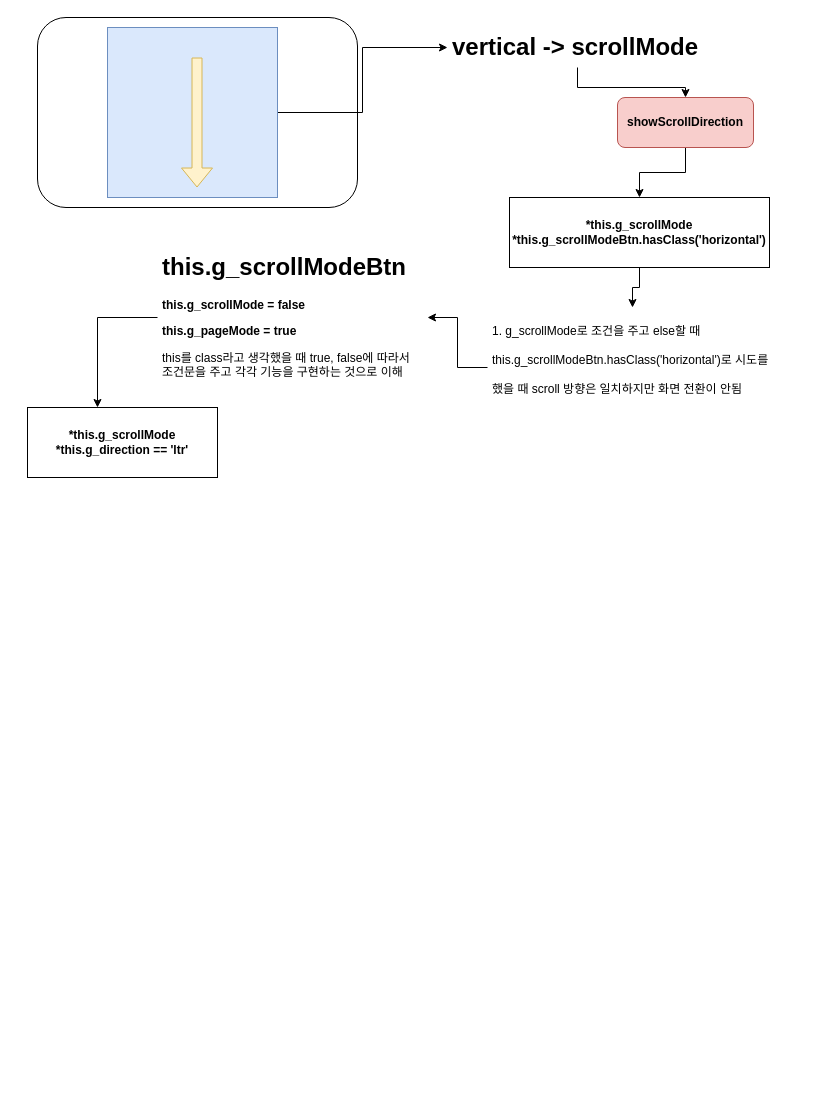
Above: Untitled Diagram.drawio in junhee916/basic_Modify (draw.io), before the change. Source tidied: cells renumbered, new cells numbered last; positions are measured from the earlier drawing's top-left corner, leaving out a move shared by most shapes. Both pictures are drawn from the tidied source at 100%, with x=0, y=0 at pixel (27, 17).
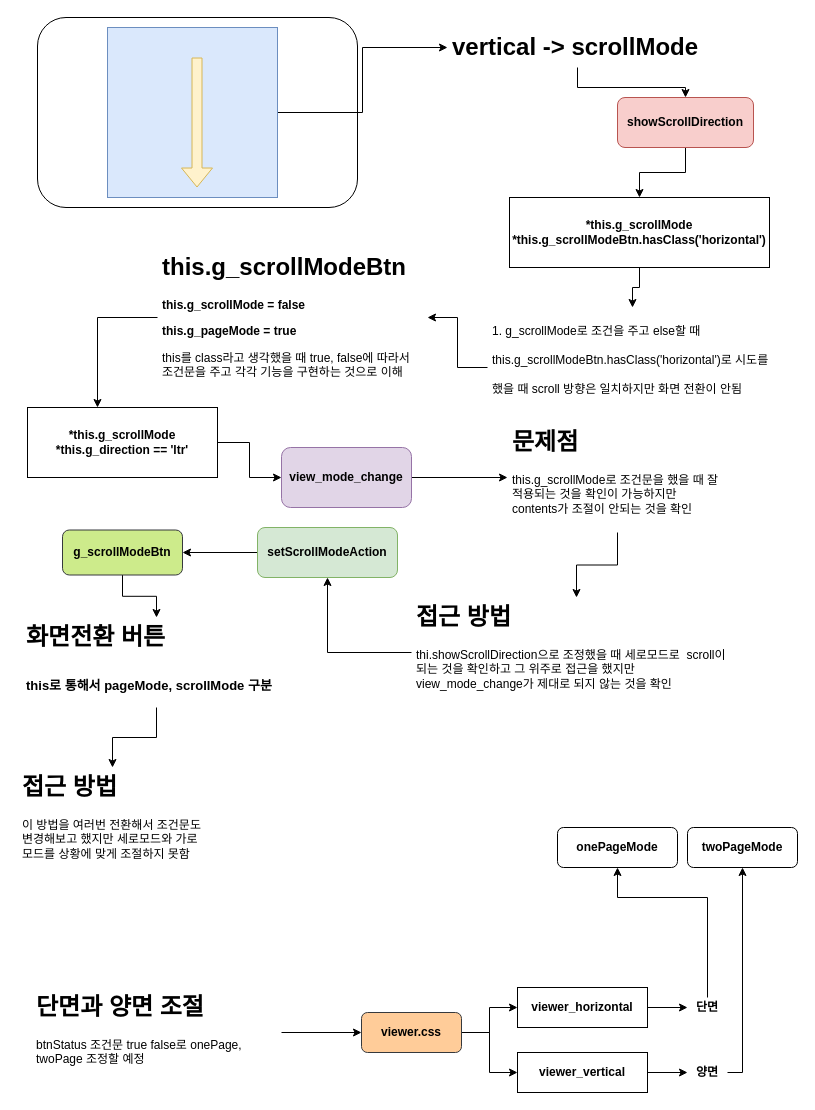
The same page after the edit.

The change refers to these unchanged cells:
```xml
<mxCell id="17" value="&lt;b&gt;*this.g_scrollMode&lt;br&gt;*this.g_direction == 'ltr'&lt;/b&gt;" style="rounded=0;whiteSpace=wrap;html=1;" parent="1" vertex="1">
  <mxGeometry y="390" width="190" height="70" as="geometry" />
</mxCell>
```

What changed in the source:
```diff
@@
+    <mxCell id="18" style="edgeStyle=orthogonalEdgeStyle;rounded=0;jettySize=auto;html=1;entryX=0;entryY=0.5;entryDx=0;entryDy=0;" parent="1" edge="1" source="17" target="20">
+      <mxGeometry relative="1" as="geometry" />
+    </mxCell>
@@
+    <mxCell id="19" style="edgeStyle=orthogonalEdgeStyle;rounded=0;jettySize=auto;html=1;entryX=0;entryY=0.5;entryDx=0;entryDy=0;" parent="1" edge="1" source="20" target="22">
+      <mxGeometry relative="1" as="geometry" />
+    </mxCell>
+    <mxCell id="20" value="&lt;b&gt;view_mode_change&lt;/b&gt;" style="rounded=1;whiteSpace=wrap;html=1;fillColor=#e1d5e7;strokeColor=#9673a6;" parent="1" vertex="1">
+      <mxGeometry x="254" y="430" width="130" height="60" as="geometry" />
+    </mxCell>
+    <mxCell id="21" style="edgeStyle=orthogonalEdgeStyle;rounded=0;jettySize=auto;html=1;entryX=0.5;entryY=0;entryDx=0;entryDy=0;" parent="1" edge="1" source="22" target="24">
+      <mxGeometry relative="1" as="geometry" />
+    </mxCell>
+    <mxCell id="22" value="&lt;h1&gt;문제점&lt;/h1&gt;&lt;p&gt;this.g_scrollMode로 조건문을 했을 때 잘적용되는 것을 확인이 가능하지만 contents가 조절이 안되는 것을 확인&amp;nbsp;&lt;/p&gt;" style="text;html=1;strokeColor=none;fillColor=none;spacing=5;spacingTop=-20;whiteSpace=wrap;overflow=hidden;rounded=0;" parent="1" vertex="1">
+      <mxGeometry x="480" y="405" width="220" height="110" as="geometry" />
+    </mxCell>
+    <mxCell id="23" style="edgeStyle=orthogonalEdgeStyle;rounded=0;jettySize=auto;html=1;" parent="1" edge="1" source="24" target="26">
+      <mxGeometry relative="1" as="geometry" />
+    </mxCell>
+    <mxCell id="24" value="&lt;h1&gt;접근 방법&lt;/h1&gt;&lt;p&gt;thi.showScrollDirection으로 조정했을 때 세로모드로&amp;nbsp; scroll이 되는 것을 확인하고 그 위주로 접근을 했지만 view_mode_change가 제대로 되지 않는 것을 확인&lt;/p&gt;" style="text;html=1;strokeColor=none;fillColor=none;spacing=5;spacingTop=-20;whiteSpace=wrap;overflow=hidden;rounded=0;" parent="1" vertex="1">
+      <mxGeometry x="384" y="580" width="330" height="110" as="geometry" />
+    </mxCell>
+    <mxCell id="25" style="edgeStyle=orthogonalEdgeStyle;rounded=0;jettySize=auto;html=1;" parent="1" edge="1" source="26" target="30">
+      <mxGeometry relative="1" as="geometry" />
+    </mxCell>
+    <mxCell id="26" value="&lt;b&gt;setScrollModeAction&lt;/b&gt;" style="rounded=1;whiteSpace=wrap;html=1;fillColor=#d5e8d4;strokeColor=#82b366;" parent="1" vertex="1">
+      <mxGeometry x="230" y="510" width="140" height="50" as="geometry" />
+    </mxCell>
+    <mxCell id="27" style="edgeStyle=orthogonalEdgeStyle;rounded=0;jettySize=auto;html=1;" parent="1" edge="1" source="28" target="36">
+      <mxGeometry relative="1" as="geometry" />
+    </mxCell>
+    <mxCell id="28" value="&lt;h1&gt;단면과 양면 조절&amp;nbsp;&lt;/h1&gt;&lt;p&gt;btnStatus 조건문 true false로 onePage, twoPage 조정할 예정&amp;nbsp;&lt;/p&gt;" style="text;html=1;strokeColor=none;fillColor=none;spacing=5;spacingTop=-20;whiteSpace=wrap;overflow=hidden;rounded=0;" parent="1" vertex="1">
+      <mxGeometry x="4" y="970" width="250" height="90" as="geometry" />
+    </mxCell>
+    <mxCell id="29" style="edgeStyle=orthogonalEdgeStyle;rounded=0;jettySize=auto;html=1;entryX=0.5;entryY=0;entryDx=0;entryDy=0;" parent="1" edge="1" source="30" target="32">
+      <mxGeometry relative="1" as="geometry" />
+    </mxCell>
+    <mxCell id="30" value="&lt;b&gt;g_scrollModeBtn&lt;/b&gt;" style="rounded=1;whiteSpace=wrap;html=1;fillColor=#cdeb8b;strokeColor=#36393d;" parent="1" vertex="1">
+      <mxGeometry x="35" y="512.5" width="120" height="45" as="geometry" />
+    </mxCell>
+    <mxCell id="31" style="edgeStyle=orthogonalEdgeStyle;rounded=0;jettySize=auto;html=1;entryX=0.5;entryY=0;entryDx=0;entryDy=0;" parent="1" edge="1" source="32" target="33">
+      <mxGeometry relative="1" as="geometry" />
+    </mxCell>
+    <mxCell id="32" value="&lt;h1&gt;&lt;span&gt;화면전환 버튼&amp;nbsp;&lt;/span&gt;&lt;/h1&gt;&lt;h1&gt;&lt;span style=&quot;font-size: 13px&quot;&gt;this로 통해서 pageMode, scrollMode 구분&lt;/span&gt;&lt;/h1&gt;" style="text;html=1;strokeColor=none;fillColor=none;spacing=5;spacingTop=-20;whiteSpace=wrap;overflow=hidden;rounded=0;" parent="1" vertex="1">
+      <mxGeometry x="-6" y="600" width="270" height="90" as="geometry" />
+    </mxCell>
+    <mxCell id="33" value="&lt;h1&gt;접근 방법&lt;/h1&gt;&lt;p&gt;이 방법을 여러번 전환해서 조건문도 변경해보고 했지만 세로모드와 가로모드를 상황에 맞게 조절하지 못함&amp;nbsp;&lt;/p&gt;" style="text;html=1;strokeColor=none;fillColor=none;spacing=5;spacingTop=-20;whiteSpace=wrap;overflow=hidden;rounded=0;" parent="1" vertex="1">
+      <mxGeometry x="-10" y="750" width="190" height="120" as="geometry" />
+    </mxCell>
+    <mxCell id="34" style="edgeStyle=orthogonalEdgeStyle;rounded=0;jettySize=auto;html=1;entryX=0;entryY=0.5;entryDx=0;entryDy=0;" parent="1" edge="1" source="36" target="38">
+      <mxGeometry relative="1" as="geometry" />
+    </mxCell>
+    <mxCell id="35" style="edgeStyle=orthogonalEdgeStyle;rounded=0;jettySize=auto;html=1;entryX=0;entryY=0.5;entryDx=0;entryDy=0;" parent="1" edge="1" source="36" target="40">
+      <mxGeometry relative="1" as="geometry" />
+    </mxCell>
+    <mxCell id="36" value="&lt;b&gt;viewer.css&lt;/b&gt;" style="rounded=1;whiteSpace=wrap;html=1;fillColor=#ffcc99;strokeColor=#36393d;" parent="1" vertex="1">
+      <mxGeometry x="334" y="995" width="100" height="40" as="geometry" />
+    </mxCell>
+    <mxCell id="37" style="edgeStyle=orthogonalEdgeStyle;rounded=0;jettySize=auto;html=1;" parent="1" edge="1" source="38" target="42">
+      <mxGeometry relative="1" as="geometry" />
+    </mxCell>
+    <mxCell id="38" value="&lt;b&gt;viewer_horizontal&lt;/b&gt;" style="rounded=0;whiteSpace=wrap;html=1;" parent="1" vertex="1">
+      <mxGeometry x="490" y="970" width="130" height="40" as="geometry" />
+    </mxCell>
+    <mxCell id="39" style="edgeStyle=orthogonalEdgeStyle;rounded=0;jettySize=auto;html=1;entryX=0;entryY=0.5;entryDx=0;entryDy=0;" parent="1" edge="1" source="40" target="44">
+      <mxGeometry relative="1" as="geometry" />
+    </mxCell>
+    <mxCell id="40" value="&lt;b&gt;viewer_vertical&lt;/b&gt;" style="rounded=0;whiteSpace=wrap;html=1;" parent="1" vertex="1">
+      <mxGeometry x="490" y="1035" width="130" height="40" as="geometry" />
+    </mxCell>
+    <mxCell id="41" style="edgeStyle=orthogonalEdgeStyle;rounded=0;jettySize=auto;html=1;entryX=0.5;entryY=1;entryDx=0;entryDy=0;" parent="1" edge="1" source="42" target="45">
+      <mxGeometry relative="1" as="geometry">
+        <Array as="points">
+          <mxPoint x="680" y="880" />
+          <mxPoint x="590" y="880" />
+        </Array>
+      </mxGeometry>
+    </mxCell>
+    <mxCell id="42" value="&lt;b&gt;단면&lt;/b&gt;" style="text;html=1;strokeColor=none;fillColor=none;align=center;verticalAlign=middle;whiteSpace=wrap;rounded=0;" parent="1" vertex="1">
+      <mxGeometry x="660" y="980" width="40" height="20" as="geometry" />
+    </mxCell>
+    <mxCell id="43" style="edgeStyle=orthogonalEdgeStyle;rounded=0;jettySize=auto;html=1;entryX=0.5;entryY=1;entryDx=0;entryDy=0;" parent="1" edge="1" source="44" target="46">
+      <mxGeometry relative="1" as="geometry">
+        <Array as="points">
+          <mxPoint x="715" y="1055" />
+        </Array>
+      </mxGeometry>
+    </mxCell>
+    <mxCell id="44" value="&lt;b&gt;양면&lt;/b&gt;" style="text;html=1;strokeColor=none;fillColor=none;align=center;verticalAlign=middle;whiteSpace=wrap;rounded=0;" parent="1" vertex="1">
+      <mxGeometry x="660" y="1045" width="40" height="20" as="geometry" />
+    </mxCell>
+    <mxCell id="45" value="&lt;b&gt;onePageMode&lt;/b&gt;" style="rounded=1;whiteSpace=wrap;html=1;" parent="1" vertex="1">
+      <mxGeometry x="530" y="810" width="120" height="40" as="geometry" />
+    </mxCell>
+    <mxCell id="46" value="&lt;b&gt;twoPageMode&lt;/b&gt;" style="rounded=1;whiteSpace=wrap;html=1;" parent="1" vertex="1">
+      <mxGeometry x="660" y="810" width="110" height="40" as="geometry" />
+    </mxCell>
```
